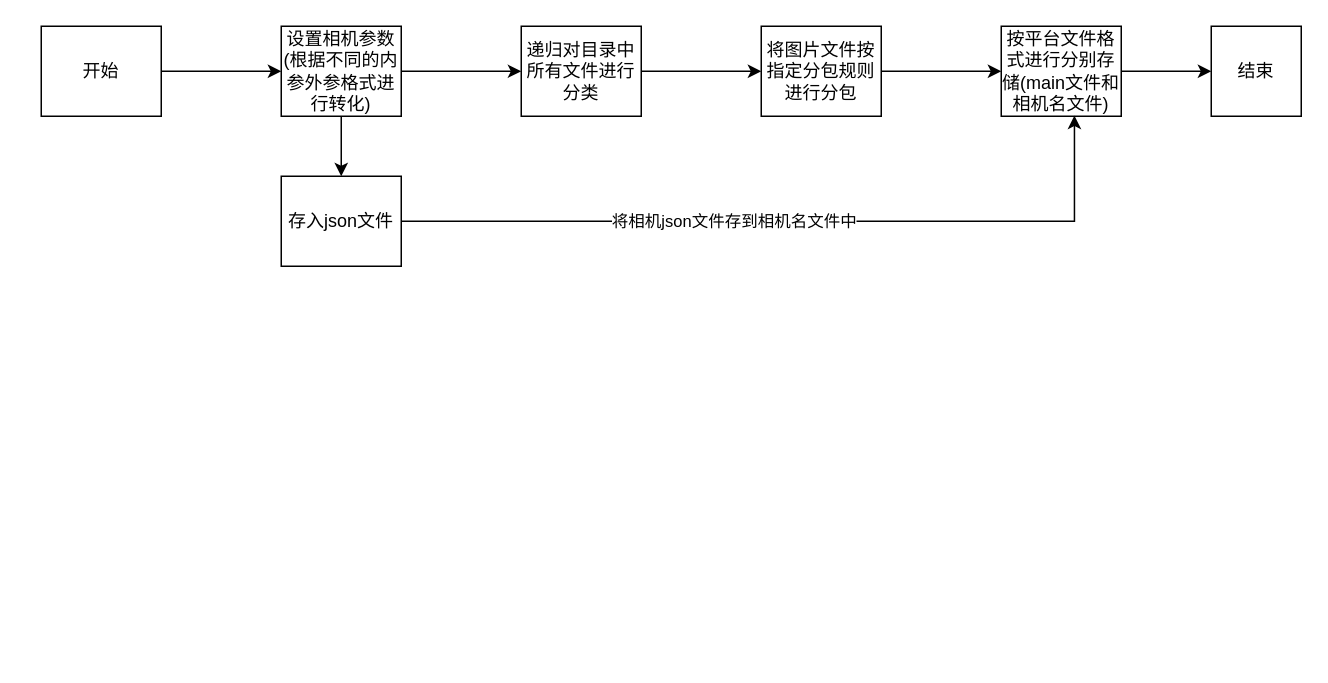
The draw.io diagram 2.5D导入.drawio in YangDaXia11/my_pic, before the edit. Source tidied: cells renumbered, new cells numbered last; positions are measured from the earlier drawing's top-left corner, leaving out a move shared by most shapes. Both pictures are drawn from the tidied source at 150%, with x=0, y=0 at pixel (40, 26).
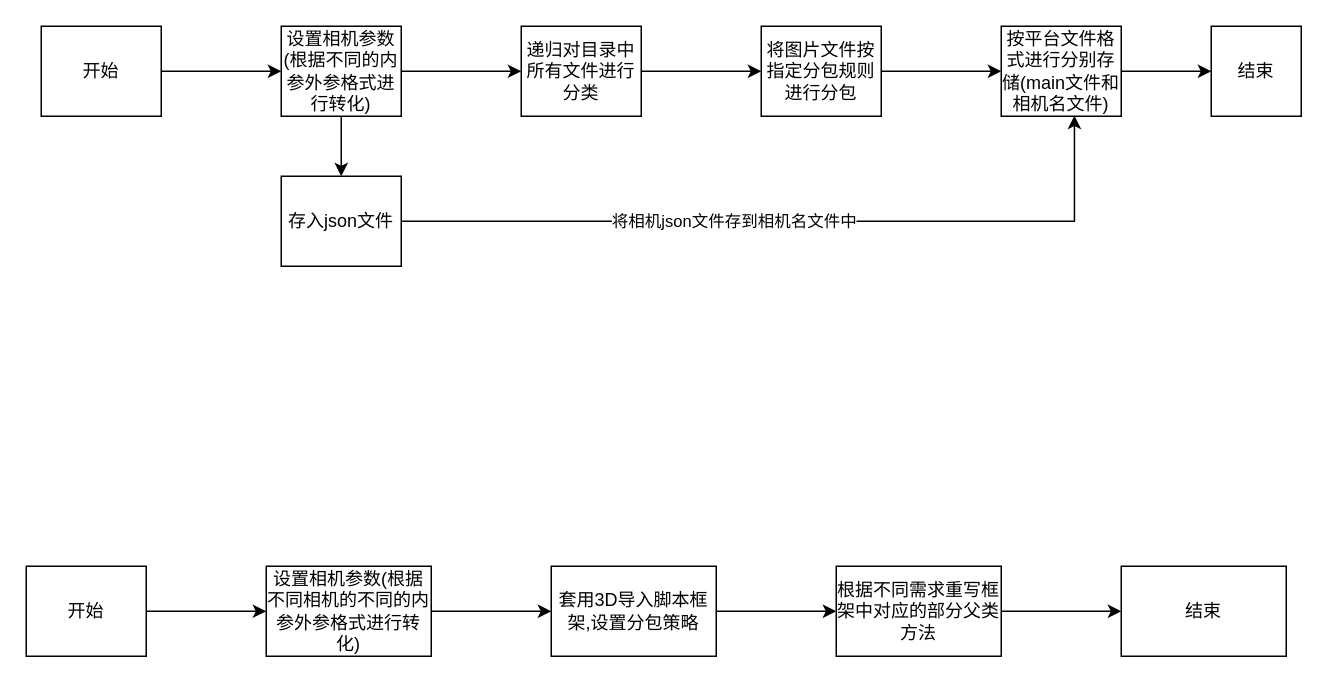
The same page after the edit.

The edit, as a diff of the source:
```diff
@@
+    <mxCell id="17" style="edgeStyle=orthogonalEdgeStyle;rounded=0;jettySize=auto;html=1;" parent="1" edge="1" source="18" target="20">
+      <mxGeometry relative="1" as="geometry" />
+    </mxCell>
+    <mxCell id="18" value="开始" style="rounded=0;whiteSpace=wrap;html=1;" parent="1" vertex="1">
+      <mxGeometry x="-10" y="360" width="80" height="60" as="geometry" />
+    </mxCell>
+    <mxCell id="19" style="edgeStyle=orthogonalEdgeStyle;rounded=0;jettySize=auto;html=1;" parent="1" edge="1" source="20" target="22">
+      <mxGeometry relative="1" as="geometry" />
+    </mxCell>
+    <mxCell id="20" value="设置相机参数(根据不同相机的不同的内参外参格式进行转化)" style="rounded=0;whiteSpace=wrap;html=1;" parent="1" vertex="1">
+      <mxGeometry x="150" y="360" width="110" height="60" as="geometry" />
+    </mxCell>
+    <mxCell id="21" style="edgeStyle=orthogonalEdgeStyle;rounded=0;jettySize=auto;html=1;" parent="1" edge="1" source="22" target="24">
+      <mxGeometry relative="1" as="geometry" />
+    </mxCell>
+    <mxCell id="22" value="套用3D导入脚本框架,设置分包策略" style="rounded=0;whiteSpace=wrap;html=1;" parent="1" vertex="1">
+      <mxGeometry x="340" y="360" width="110" height="60" as="geometry" />
+    </mxCell>
+    <mxCell id="23" style="edgeStyle=orthogonalEdgeStyle;rounded=0;jettySize=auto;html=1;" parent="1" edge="1" source="24" target="25">
+      <mxGeometry relative="1" as="geometry" />
+    </mxCell>
+    <mxCell id="24" value="根据不同需求重写框架中对应的部分父类方法" style="rounded=0;whiteSpace=wrap;html=1;" parent="1" vertex="1">
+      <mxGeometry x="530" y="360" width="110" height="60" as="geometry" />
+    </mxCell>
+    <mxCell id="25" value="结束" style="rounded=0;whiteSpace=wrap;html=1;" parent="1" vertex="1">
+      <mxGeometry x="720" y="360" width="110" height="60" as="geometry" />
+    </mxCell>
```
